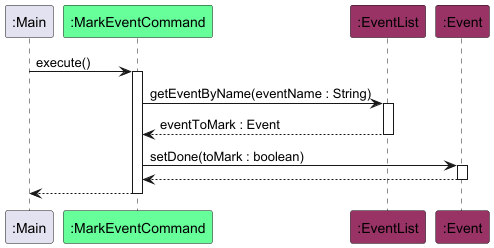
Above: docs/images/MarkEventSequenceDiagram.png in nus-cs2113-AY2425S1/tp (PlantUML), before the change.
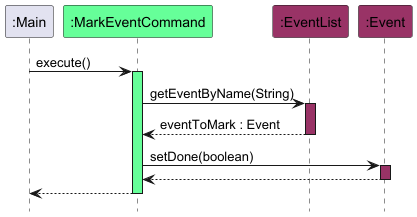
The same file after the commit.

Commit message:
Update mark command section

Diff of the diagram source:
```diff
@@ -1,5 +1,6 @@
 @startuml
 !include style.puml
+hide footbox
 
 participant ":Main" as main
 participant ":MarkEventCommand" as markCommand COMMAND_COLOUR
@@ -7,16 +8,16 @@
 participant ":Event" as event EVENT_COLOUR
 
 main -> markCommand : execute()
-activate markCommand
+activate markCommand COMMAND_COLOUR
 
-markCommand -> eventList : getEventByName(eventName : String)
-activate eventList
+markCommand -> eventList : getEventByName(String)
+activate eventList EVENT_COLOUR
 
 eventList --> markCommand : eventToMark : Event
 deactivate eventList
 
-markCommand -> event : setDone(toMark : boolean)
-activate event
+markCommand -> event : setDone(boolean)
+activate event EVENT_COLOUR
 
 event --> markCommand
 deactivate event
```
